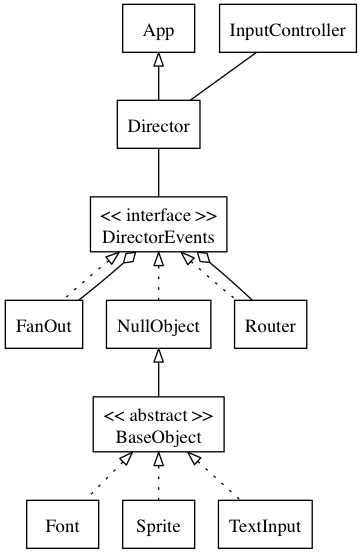
michaelcontento/bono keeps this Graphviz diagram as docs/class_diagram.png. Above is the earlier version. Its source is kept beside it as docs/class_diagram.dot.
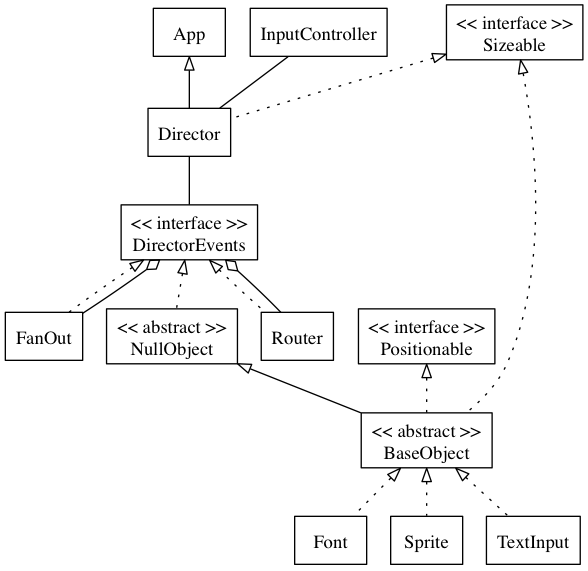
Above is the later version.

Commit message:
Interfaces Sizeable and Positionable added

What changed in the source:
```diff
@@ -24,11 +24,17 @@
         BaseObject -> Font
         BaseObject -> Sprite
         BaseObject -> TextInput
+        DirectorEvents -> FanOut
         DirectorEvents -> NullObject
-        DirectorEvents -> FanOut
         DirectorEvents -> Router
+        Positionable -> BaseObject
+        Sizeable -> BaseObject
+        Sizeable -> Director
     }
 
     BaseObject [label="<< abstract >>\nBaseObject"]
     DirectorEvents [label="<< interface >>\nDirectorEvents"]
+    NullObject [label="<< abstract >>\nNullObject"]
+    Positionable [label="<< interface >>\nPositionable"]
+    Sizeable [label="<< interface >>\nSizeable"]
 }
```
